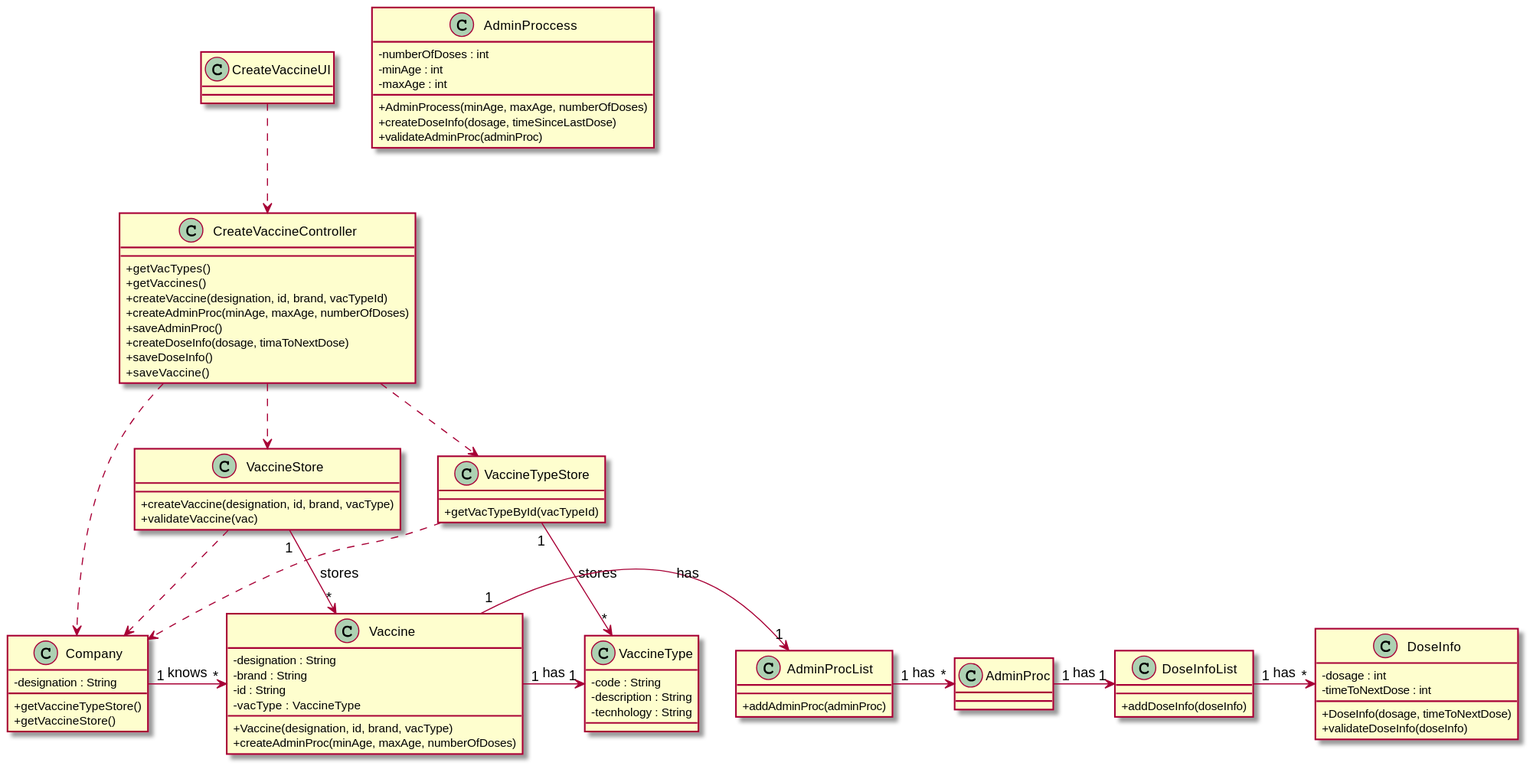
Before: docs/SprintB/US13/CD/US13_CD.svg, a diagram exported from PlantUML (miseEnPlace-i/lapr2).
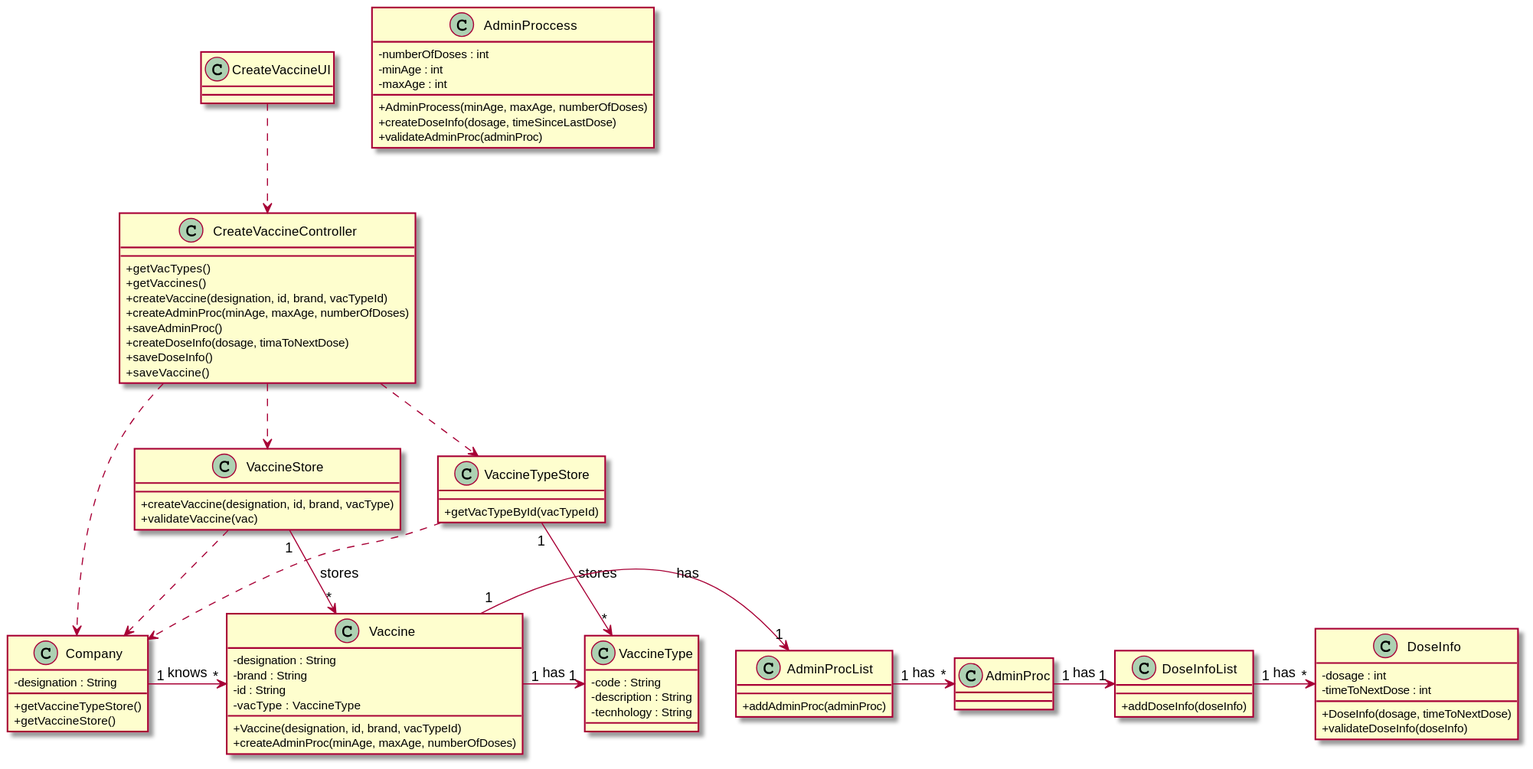
After the commit.

Commit message:
docs(US13): vaccine constructor and validation implemented

The edit, as a diff of the source:
```diff
@@ -38,7 +38,7 @@
     -id : String
     -vacType : VaccineType
 
-    +Vaccine(designation, id, brand, vacType)
+    +Vaccine(designation, id, brand, vacTypeId)
     +createAdminProc(minAge, maxAge, numberOfDoses)
 }
 
```
